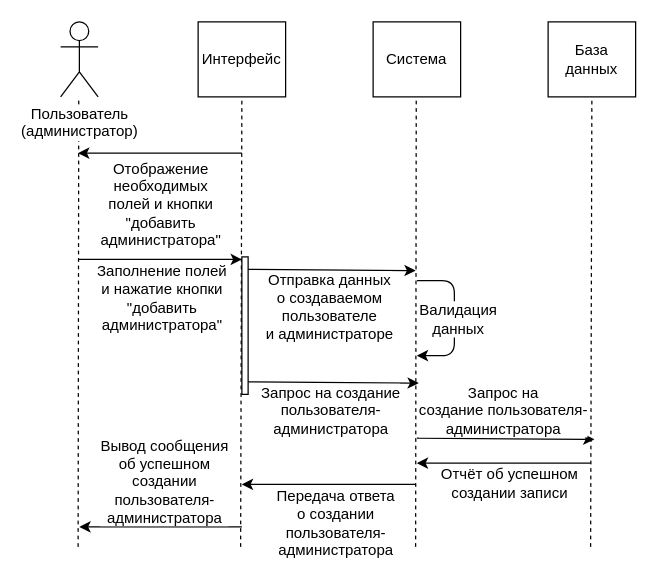
This is Diagrams/Cases Diagrams/Create Administrator Diagram.drawio from Fake-Make/Au, a draw.io file, before an edit. Source tidied: cells renumbered, new cells numbered last; positions are measured from the earlier drawing's top-left corner, leaving out a move shared by most shapes. Both pictures are drawn from the tidied source at 125%, with x=0, y=0 at pixel (60, 21).
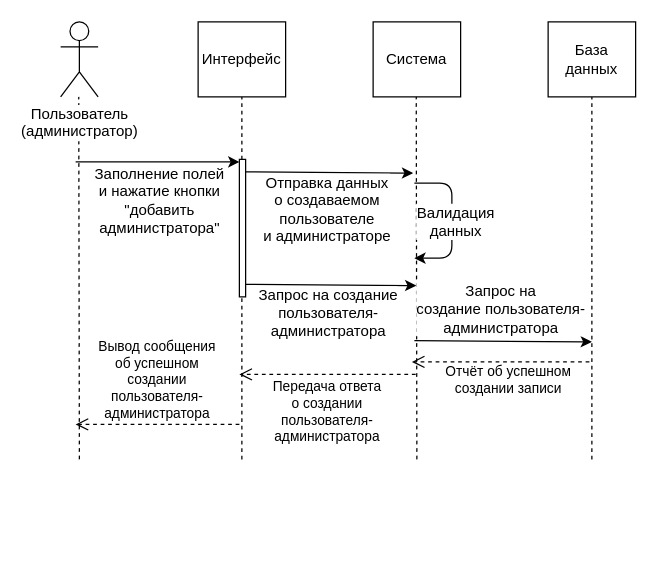
The same diagram, later.

Unchanged cells that the change refers to:
```xml
<mxCell id="4" value="База данных" style="rounded=0;whiteSpace=wrap;html=1;" parent="1" vertex="1">
  <mxGeometry x="390" width="70" height="60" as="geometry" />
</mxCell>
```

The edit, as a diff of the source:
```diff
@@
     <mxCell id="5" style="endArrow=none;dashed=1;html=1;entryX=0.5;entryY=1;entryDx=0;entryDy=0;" parent="1" edge="1" target="4">
       <mxGeometry relative="1" as="geometry">
-        <mxPoint x="424" y="420" as="sourcePoint" />
+        <mxPoint x="425" y="350" as="sourcePoint" />
       </mxGeometry>
     </mxCell>
     <mxCell id="6" style="endArrow=none;dashed=1;html=1;entryX=0.5;entryY=1;entryDx=0;entryDy=0;" parent="1" edge="1">
       <mxGeometry relative="1" as="geometry">
-        <mxPoint x="284" y="420" as="sourcePoint" />
+        <mxPoint x="285" y="350" as="sourcePoint" />
         <mxPoint x="284.5" y="60" as="targetPoint" />
       </mxGeometry>
     </mxCell>
     <mxCell id="7" style="endArrow=none;dashed=1;html=1;entryX=0.5;entryY=1;entryDx=0;entryDy=0;" parent="1" edge="1">
       <mxGeometry relative="1" as="geometry">
-        <mxPoint x="144" y="420" as="sourcePoint" />
+        <mxPoint x="145" y="350" as="sourcePoint" />
         <mxPoint x="145" y="60" as="targetPoint" />
       </mxGeometry>
     </mxCell>
     <mxCell id="8" style="endArrow=none;dashed=1;html=1;entryX=0.5;entryY=1;entryDx=0;entryDy=0;" parent="1" edge="1">
       <mxGeometry relative="1" as="geometry">
-        <mxPoint x="14" y="420" as="sourcePoint" />
+        <mxPoint x="15" y="350" as="sourcePoint" />
         <mxPoint x="14.5" y="60" as="targetPoint" />
       </mxGeometry>
     </mxCell>
@@
-    <mxCell id="10" style="endArrow=classic;html=1;" parent="1" edge="1">
-      <mxGeometry relative="1" as="geometry">
-        <mxPoint x="145" y="105" as="sourcePoint" />
-        <mxPoint x="14" y="105" as="targetPoint" />
-      </mxGeometry>
-    </mxCell>
-    <mxCell id="11" value="Отображение&lt;br&gt;необходимых&lt;br&gt;полей&amp;nbsp;и кнопки&lt;br&gt;&quot;добавить&lt;br&gt;администратора&quot;&lt;br&gt;" style="text;html=1;align=center;verticalAlign=middle;labelBackgroundColor=#ffffff;" parent="10" vertex="1">
-      <mxGeometry x="0.17" relative="1" as="geometry">
-        <mxPoint x="11.5" y="40" as="offset" />
-      </mxGeometry>
-    </mxCell>
     <mxCell id="12" style="endArrow=classic;html=1;" parent="1" edge="1">
       <mxGeometry relative="1" as="geometry">
-        <mxPoint x="14" y="190" as="sourcePoint" />
-        <mxPoint x="145" y="190" as="targetPoint" />
+        <mxPoint x="12" y="112" as="sourcePoint" />
+        <mxPoint x="143" y="112" as="targetPoint" />
       </mxGeometry>
     </mxCell>
@@
     <mxCell id="14" style="endArrow=classic;html=1;" parent="1" edge="1">
       <mxGeometry relative="1" as="geometry">
-        <mxPoint x="285" y="333" as="sourcePoint" />
-        <mxPoint x="427" y="334" as="targetPoint" />
+        <mxPoint x="283" y="255" as="sourcePoint" />
+        <mxPoint x="425" y="256" as="targetPoint" />
       </mxGeometry>
     </mxCell>
     <mxCell id="15" value="Запрос на&lt;br&gt;создание&amp;nbsp;пользователя-&lt;br&gt;администратора&lt;br&gt;" style="text;html=1;align=center;verticalAlign=middle;labelBackgroundColor=#ffffff;" parent="14" vertex="1">
       <mxGeometry x="0.28" relative="1" as="geometry">
-        <mxPoint x="-22" y="-23.5" as="offset" />
+        <mxPoint x="-22" y="-26.5" as="offset" />
       </mxGeometry>
     </mxCell>
-    <mxCell id="16" style="endArrow=classic;html=1;" parent="1" edge="1">
-      <mxGeometry relative="1" as="geometry">
-        <mxPoint x="424" y="353" as="sourcePoint" />
-        <mxPoint x="285" y="353" as="targetPoint" />
-      </mxGeometry>
-    </mxCell>
-    <mxCell id="17" value="Отчёт об успешном&lt;br&gt;создании записи&lt;br&gt;" style="text;html=1;align=center;verticalAlign=middle;labelBackgroundColor=#ffffff;" parent="16" vertex="1">
-      <mxGeometry x="-0.36" y="1" relative="1" as="geometry">
-        <mxPoint x="-22" y="14" as="offset" />
-      </mxGeometry>
-    </mxCell>
-    <mxCell id="18" style="endArrow=classic;html=1;" parent="1" edge="1">
-      <mxGeometry relative="1" as="geometry">
-        <mxPoint x="284" y="370" as="sourcePoint" />
-        <mxPoint x="145" y="370" as="targetPoint" />
-      </mxGeometry>
-    </mxCell>
-    <mxCell id="19" value="Передача ответа&lt;br&gt;о создании&lt;br&gt;пользователя-&lt;br&gt;администратора&lt;br&gt;" style="text;html=1;align=center;verticalAlign=middle;labelBackgroundColor=#ffffff;" parent="18" vertex="1">
-      <mxGeometry x="0.18" y="-2" relative="1" as="geometry">
-        <mxPoint x="17.5" y="32" as="offset" />
-      </mxGeometry>
-    </mxCell>
-    <mxCell id="20" style="endArrow=classic;html=1;" parent="1" edge="1">
-      <mxGeometry relative="1" as="geometry">
-        <mxPoint x="145" y="404" as="sourcePoint" />
-        <mxPoint x="15" y="404" as="targetPoint" />
-      </mxGeometry>
-    </mxCell>
-    <mxCell id="21" value="Вывод сообщения&lt;br&gt;об успешном&lt;br&gt;создании&lt;br&gt;пользователя-&lt;br&gt;администратора&lt;br&gt;" style="text;html=1;align=center;verticalAlign=middle;labelBackgroundColor=#ffffff;" parent="20" vertex="1">
-      <mxGeometry x="-0.12" relative="1" as="geometry">
-        <mxPoint x="-6" y="-37" as="offset" />
-      </mxGeometry>
-    </mxCell>
     <mxCell id="22" style="endArrow=classic;html=1;" parent="1" edge="1">
       <mxGeometry relative="1" as="geometry">
-        <mxPoint x="147.5" y="288" as="sourcePoint" />
-        <mxPoint x="286.5" y="289" as="targetPoint" />
+        <mxPoint x="145.5" y="210" as="sourcePoint" />
+        <mxPoint x="284.5" y="211" as="targetPoint" />
       </mxGeometry>
     </mxCell>
@@
     <mxCell id="24" style="endArrow=classic;html=1;" parent="1" edge="1">
       <mxGeometry relative="1" as="geometry">
-        <mxPoint x="145" y="198" as="sourcePoint" />
-        <mxPoint x="284" y="199" as="targetPoint" />
+        <mxPoint x="143" y="120" as="sourcePoint" />
+        <mxPoint x="282" y="121" as="targetPoint" />
       </mxGeometry>
     </mxCell>
@@
     <mxCell id="26" style="endArrow=classic;html=1;" parent="1" edge="1">
       <mxGeometry relative="1" as="geometry">
-        <mxPoint x="285" y="207" as="sourcePoint" />
-        <mxPoint x="285" y="267" as="targetPoint" />
+        <mxPoint x="283" y="129" as="sourcePoint" />
+        <mxPoint x="283" y="189" as="targetPoint" />
         <Array as="points">
-          <mxPoint x="315" y="207" />
-          <mxPoint x="315" y="267" />
+          <mxPoint x="313" y="129" />
+          <mxPoint x="313" y="189" />
         </Array>
       </mxGeometry>
     </mxCell>
@@
     <mxCell id="28" style="rounded=0;whiteSpace=wrap;html=1;" parent="1" vertex="1">
-      <mxGeometry x="145" y="188" width="5" height="110" as="geometry" />
+      <mxGeometry x="143" y="110" width="5" height="110" as="geometry" />
     </mxCell>
+    <mxCell id="17" value="&lt;span&gt;Отчёт об успешном&lt;/span&gt;&lt;br&gt;&lt;span&gt;создании записи&lt;/span&gt;" style="html=1;verticalAlign=bottom;endArrow=open;dashed=1;endSize=8;" parent="1" edge="1">
+      <mxGeometry x="-0.08" y="30" relative="1" as="geometry">
+        <mxPoint x="423" y="272" as="sourcePoint" />
+        <mxPoint x="281" y="272" as="targetPoint" />
+      </mxGeometry>
+    </mxCell>
+    <mxCell id="19" value="&lt;span&gt;Передача ответа&lt;/span&gt;&lt;br&gt;&lt;span&gt;о создании&lt;/span&gt;&lt;br&gt;&lt;span&gt;пользователя-&lt;/span&gt;&lt;br&gt;&lt;span&gt;администратора&lt;/span&gt;" style="html=1;verticalAlign=bottom;endArrow=open;dashed=1;endSize=8;" parent="1" edge="1">
+      <mxGeometry x="0.01" y="59" relative="1" as="geometry">
+        <mxPoint x="284" y="282" as="sourcePoint" />
+        <mxPoint x="143" y="282" as="targetPoint" />
+      </mxGeometry>
+    </mxCell>
+    <mxCell id="21" value="&lt;span&gt;Вывод сообщения&lt;/span&gt;&lt;br&gt;&lt;span&gt;об успешном&lt;/span&gt;&lt;br&gt;&lt;span&gt;создании&lt;/span&gt;&lt;br&gt;&lt;span&gt;пользователя-&lt;/span&gt;&lt;br&gt;&lt;span&gt;администратора&lt;/span&gt;" style="html=1;verticalAlign=bottom;endArrow=open;dashed=1;endSize=8;" parent="1" edge="1">
+      <mxGeometry relative="1" as="geometry">
+        <mxPoint x="143" y="322" as="sourcePoint" />
+        <mxPoint x="12" y="322" as="targetPoint" />
+      </mxGeometry>
+    </mxCell>
```
